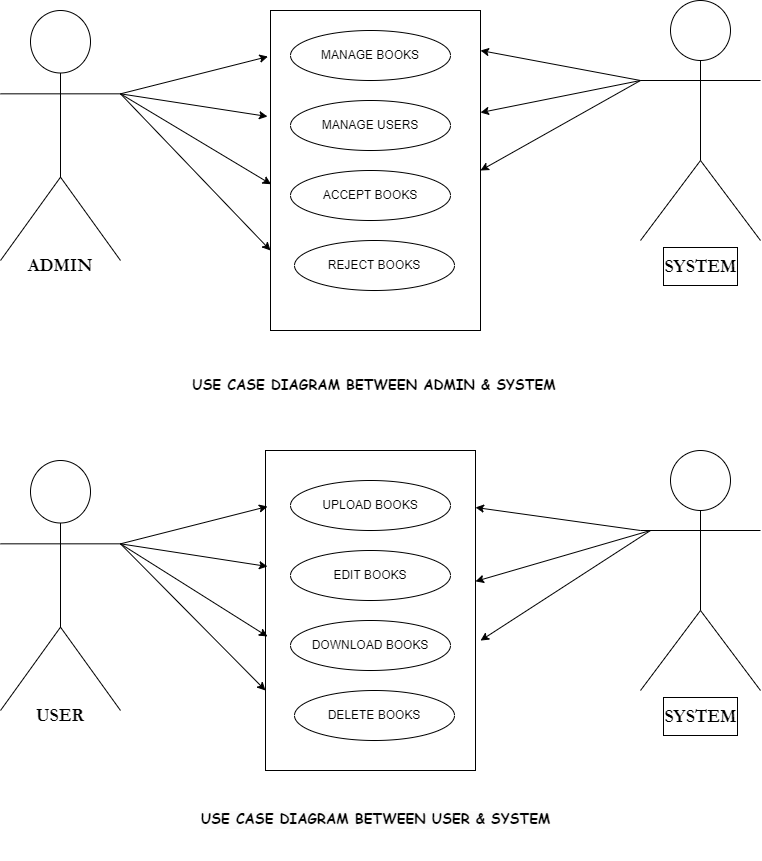
This is Diagrams/USE-CASE DIAGRAM.png from prathamjc/TY-project, a draw.io export, as it was before one commit. Source tidied: cells renumbered, new cells last; positions are measured from the earlier drawing's top-left corner, leaving out a move shared by most shapes.
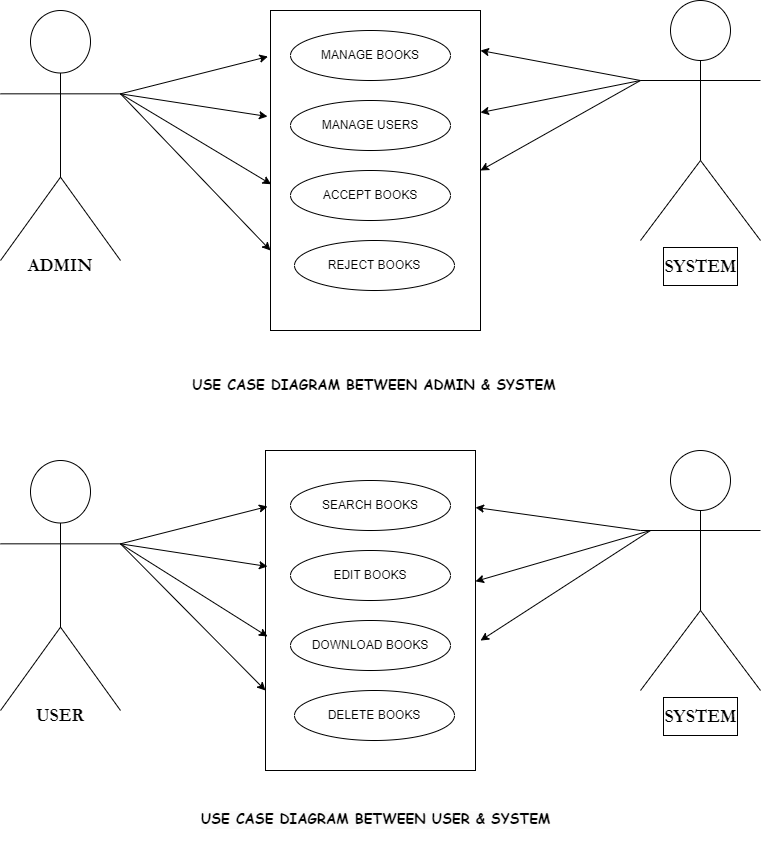
After the change.

The edit, as a diff of the source:
```diff
@@ -68,7 +68,7 @@
     <mxCell id="21" value="&lt;h2 style=&quot;line-height: 40%;&quot;&gt;SYSTEM&lt;/h2&gt;" style="shape=umlActor;verticalLabelPosition=bottom;verticalAlign=top;html=1;fontFamily=Garamond;labelBorderColor=default;align=center;" parent="1" vertex="1">
       <mxGeometry x="640" y="450" width="120" height="240" as="geometry" />
     </mxCell>
-    <mxCell id="22" value="UPLOAD BOOKS" style="ellipse;whiteSpace=wrap;html=1;" parent="1" vertex="1">
+    <mxCell id="22" value="SEARCH BOOKS" style="ellipse;whiteSpace=wrap;html=1;" parent="1" vertex="1">
       <mxGeometry x="290" y="480" width="160" height="50" as="geometry" />
     </mxCell>
     <mxCell id="23" value="EDIT BOOKS" style="ellipse;whiteSpace=wrap;html=1;" parent="1" vertex="1">
```
